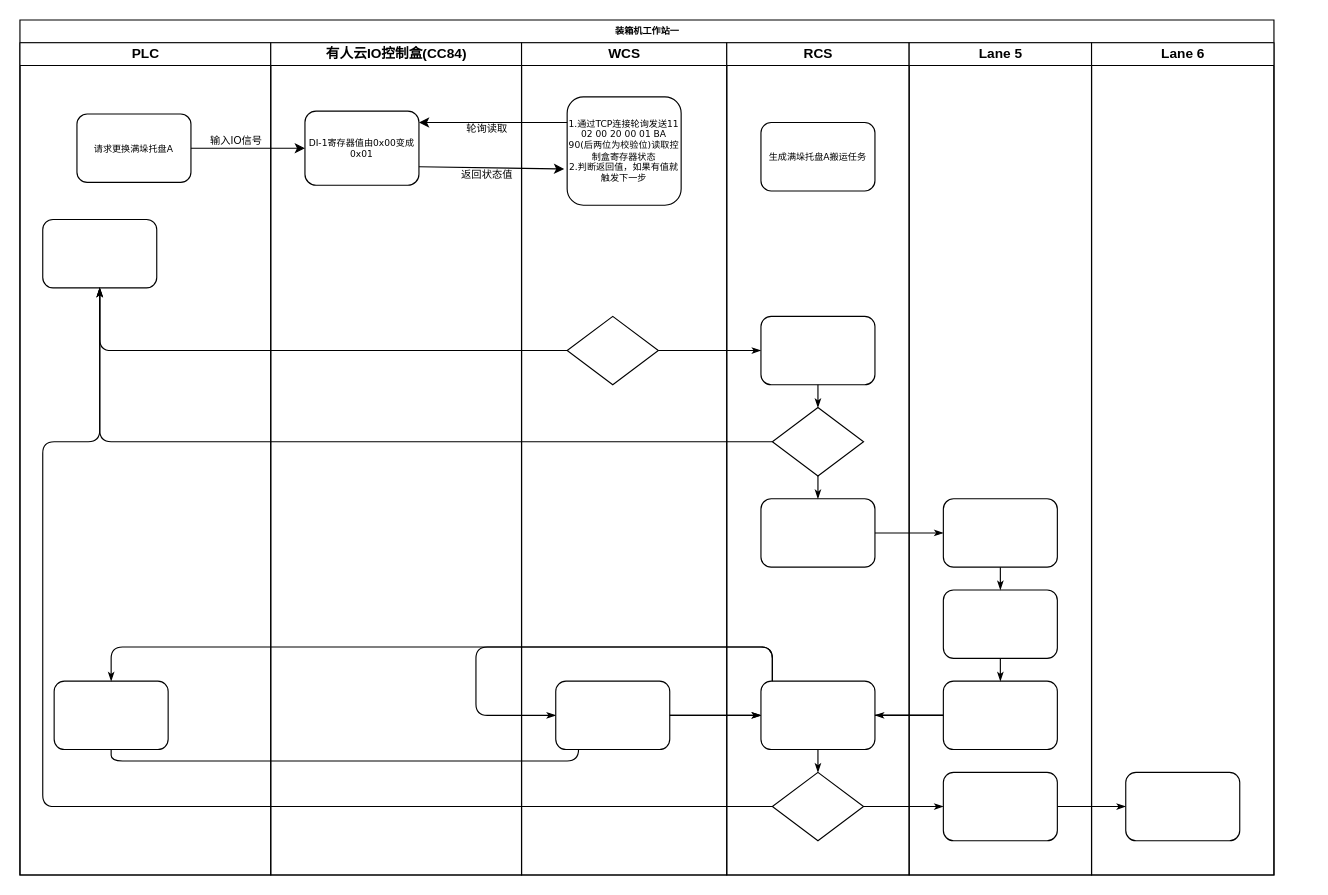
This is data/珠海联邦.drawio from chenyanxi/hosts, a draw.io file, before an edit. Source tidied: cells renumbered, new cells numbered last; positions are measured from the earlier drawing's top-left corner, leaving out a move shared by most shapes. Both pictures are drawn from the tidied source at 114%, with x=0, y=0 at pixel (19, 19).
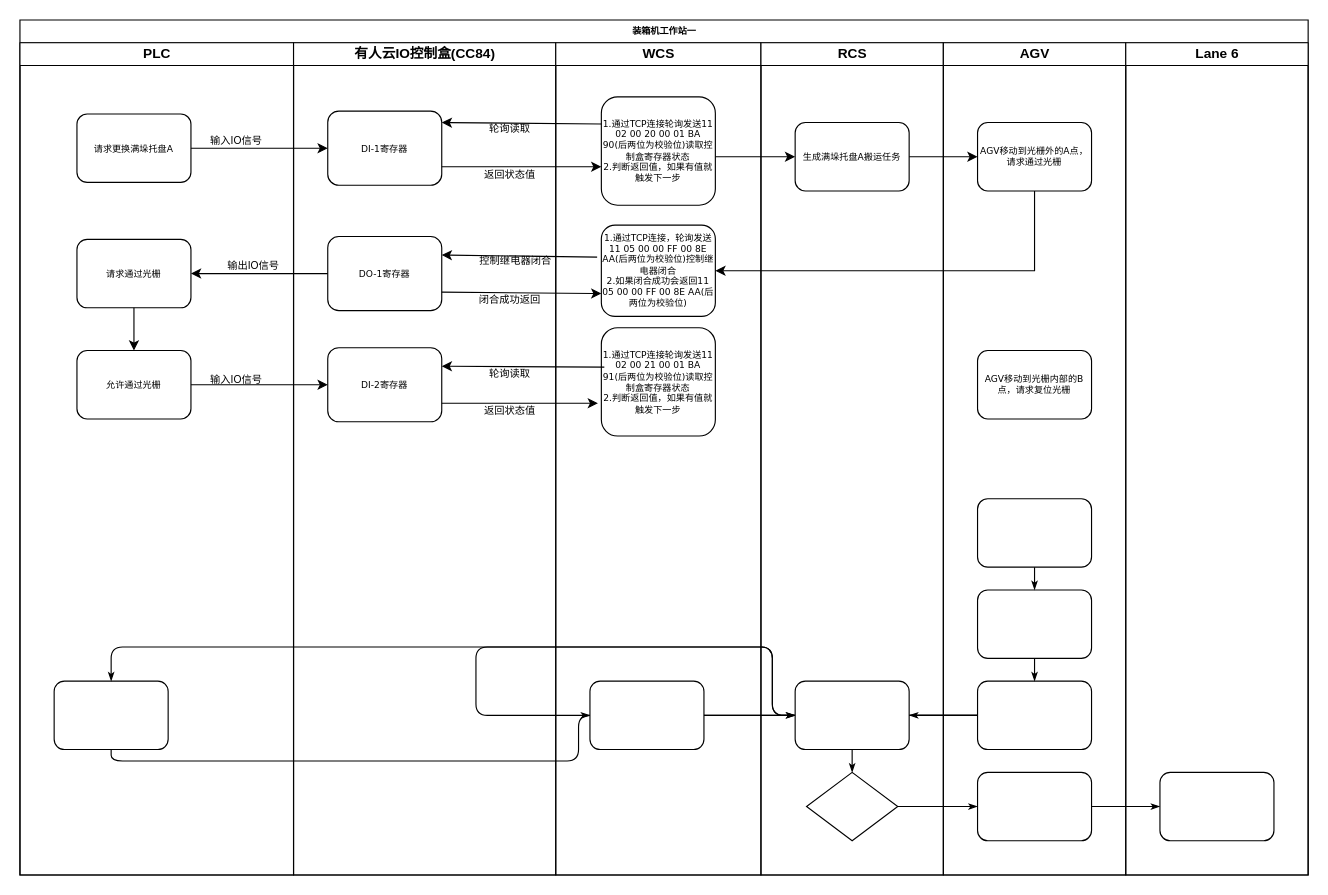
Above is the later version.

Commit message:
更新珠海联邦.drawio

The change refers to these unchanged cells:
```xml
<mxCell id="25" value="1.通过TCP连接轮询发送11 02 00 20 00 01 BA 90(后两位为校验位)读取控制盒寄存器状态&lt;br&gt;2.判断返回值，如果有值就触发下一步" style="rounded=1;whiteSpace=wrap;html=1;shadow=0;labelBackgroundColor=none;strokeWidth=1;fontFamily=Verdana;fontSize=8;align=center;" parent="24" vertex="1">
  <mxGeometry x="40" y="47.5" width="100" height="95" as="geometry" />
</mxCell>
<mxCell id="33" style="rhombus;whiteSpace=wrap;html=1;rounded=0;shadow=0;labelBackgroundColor=none;strokeWidth=1;fontFamily=Verdana;fontSize=8;align=center;" parent="28" vertex="1">
  <mxGeometry x="40" y="640" width="80" height="60" as="geometry" />
</mxCell>
<mxCell id="37" value="生成满垛托盘A搬运任务" style="rounded=1;whiteSpace=wrap;html=1;shadow=0;labelBackgroundColor=none;strokeWidth=1;fontFamily=Verdana;fontSize=8;align=center;" parent="28" vertex="1">
  <mxGeometry x="30" y="70" width="100" height="60" as="geometry" />
</mxCell>
<mxCell id="39" style="rounded=1;whiteSpace=wrap;html=1;shadow=0;labelBackgroundColor=none;strokeWidth=1;fontFamily=Verdana;fontSize=8;align=center;" parent="38" vertex="1">
  <mxGeometry x="30" y="400" width="100" height="60" as="geometry" />
</mxCell>
```

Change to the diagram source:
```diff
@@
     <mxCell id="2" value="装箱机工作站一" style="swimlane;html=1;startSize=20;rounded=0;shadow=0;labelBackgroundColor=none;strokeWidth=1;fontFamily=Verdana;fontSize=8;align=center;" parent="1" vertex="1">
-      <mxGeometry width="1100" height="750" as="geometry" />
+      <mxGeometry width="1130" height="750" as="geometry" />
     </mxCell>
     <mxCell id="3" value="PLC" style="swimlane;html=1;startSize=20;" parent="2" vertex="1">
-      <mxGeometry y="20" width="220" height="730" as="geometry" />
+      <mxGeometry y="20" width="240" height="730" as="geometry" />
     </mxCell>
@@
-    <mxCell id="5" style="rounded=1;whiteSpace=wrap;html=1;shadow=0;labelBackgroundColor=none;strokeWidth=1;fontFamily=Verdana;fontSize=8;align=center;" parent="3" vertex="1">
-      <mxGeometry x="20" y="155" width="100" height="60" as="geometry" />
-    </mxCell>
@@
-    <mxCell id="8" style="edgeStyle=orthogonalEdgeStyle;rounded=1;html=1;labelBackgroundColor=none;startArrow=none;startFill=0;startSize=5;endArrow=classicThin;endFill=1;endSize=5;jettySize=auto;strokeWidth=1;fontFamily=Verdana;fontSize=8;" parent="2" edge="1" source="26" target="5">
-      <mxGeometry relative="1" as="geometry" />
-    </mxCell>
-    <mxCell id="9" style="edgeStyle=orthogonalEdgeStyle;rounded=1;html=1;labelBackgroundColor=none;startArrow=none;startFill=0;startSize=5;endArrow=classicThin;endFill=1;endSize=5;jettySize=auto;strokeWidth=1;fontFamily=Verdana;fontSize=8;" parent="2" edge="1" source="30" target="5">
-      <mxGeometry relative="1" as="geometry" />
-    </mxCell>
-    <mxCell id="10" style="edgeStyle=orthogonalEdgeStyle;rounded=1;html=1;labelBackgroundColor=none;startArrow=none;startFill=0;startSize=5;endArrow=classicThin;endFill=1;endSize=5;jettySize=auto;strokeWidth=1;fontFamily=Verdana;fontSize=8;" parent="2" edge="1" source="33" target="5">
-      <mxGeometry relative="1" as="geometry">
-        <Array as="points">
-          <mxPoint x="20" y="690" />
-          <mxPoint x="20" y="370" />
-          <mxPoint x="70" y="370" />
-        </Array>
-      </mxGeometry>
-    </mxCell>
-    <mxCell id="11" style="edgeStyle=orthogonalEdgeStyle;rounded=1;html=1;labelBackgroundColor=none;startArrow=none;startFill=0;startSize=5;endArrow=classicThin;endFill=1;endSize=5;jettySize=auto;strokeWidth=1;fontFamily=Verdana;fontSize=8;" parent="2" edge="1" source="26" target="29">
-      <mxGeometry relative="1" as="geometry" />
-    </mxCell>
+    <mxCell id="50" value="请求通过光栅" style="rounded=1;whiteSpace=wrap;html=1;shadow=0;labelBackgroundColor=none;strokeWidth=1;fontFamily=Verdana;fontSize=8;align=center;" parent="3" vertex="1">
+      <mxGeometry x="50" y="172.5" width="100" height="60" as="geometry" />
+    </mxCell>
+    <mxCell id="51" value="&lt;font style=&quot;font-size: 9px;&quot;&gt;输出IO信号&lt;/font&gt;" style="text;html=1;strokeColor=none;fillColor=none;align=center;verticalAlign=middle;whiteSpace=wrap;rounded=0;" parent="3" vertex="1">
+      <mxGeometry x="170" y="180" width="70" height="30" as="geometry" />
+    </mxCell>
+    <mxCell id="52" value="允许通过光栅" style="rounded=1;whiteSpace=wrap;html=1;shadow=0;labelBackgroundColor=none;strokeWidth=1;fontFamily=Verdana;fontSize=8;align=center;" parent="3" vertex="1">
+      <mxGeometry x="50" y="270" width="100" height="60" as="geometry" />
+    </mxCell>
+    <mxCell id="53" style="endArrow=classic;html=1;rounded=0;exitX=0.5;exitY=1;exitDx=0;exitDy=0;" parent="3" edge="1" source="50" target="52">
+      <mxGeometry relative="1" as="geometry" />
+    </mxCell>
+    <mxCell id="54" value="&lt;font style=&quot;font-size: 9px;&quot;&gt;输入IO信号&lt;/font&gt;" style="text;html=1;strokeColor=none;fillColor=none;align=center;verticalAlign=middle;whiteSpace=wrap;rounded=0;" parent="3" vertex="1">
+      <mxGeometry x="160" y="280" width="60" height="30" as="geometry" />
+    </mxCell>
@@
-    <mxCell id="14" style="edgeStyle=orthogonalEdgeStyle;rounded=1;html=1;labelBackgroundColor=none;startArrow=none;startFill=0;startSize=5;endArrow=classicThin;endFill=1;endSize=5;jettySize=auto;strokeWidth=1;fontFamily=Verdana;fontSize=8;" parent="2" edge="1" source="31" target="39">
-      <mxGeometry relative="1" as="geometry" />
-    </mxCell>
@@
     <mxCell id="20" value="有人云IO控制盒(CC84)" style="swimlane;html=1;startSize=20;" parent="2" vertex="1">
-      <mxGeometry x="220" y="20" width="220" height="730" as="geometry" />
+      <mxGeometry x="240" y="20" width="230" height="730" as="geometry" />
     </mxCell>
-    <mxCell id="21" value="DI-1寄存器值由0x00变成0x01" style="rounded=1;whiteSpace=wrap;html=1;shadow=0;labelBackgroundColor=none;strokeWidth=1;fontFamily=Verdana;fontSize=8;align=center;" parent="20" vertex="1">
+    <mxCell id="21" value="DI-1寄存器" style="rounded=1;whiteSpace=wrap;html=1;shadow=0;labelBackgroundColor=none;strokeWidth=1;fontFamily=Verdana;fontSize=8;align=center;" parent="20" vertex="1">
       <mxGeometry x="30" y="60" width="100" height="65" as="geometry" />
     </mxCell>
@@
+    <mxCell id="55" value="DO-1寄存器" style="rounded=1;whiteSpace=wrap;html=1;shadow=0;labelBackgroundColor=none;strokeWidth=1;fontFamily=Verdana;fontSize=8;align=center;" parent="20" vertex="1">
+      <mxGeometry x="30" y="170" width="100" height="65" as="geometry" />
+    </mxCell>
+    <mxCell id="56" value="&lt;font style=&quot;font-size: 9px;&quot;&gt;控制继电器闭合&lt;/font&gt;" style="text;html=1;strokeColor=none;fillColor=none;align=center;verticalAlign=middle;whiteSpace=wrap;rounded=0;" parent="20" vertex="1">
+      <mxGeometry x="160" y="176" width="70" height="30" as="geometry" />
+    </mxCell>
+    <mxCell id="57" value="&lt;font style=&quot;font-size: 9px;&quot;&gt;闭合成功返回&lt;/font&gt;" style="text;html=1;strokeColor=none;fillColor=none;align=center;verticalAlign=middle;whiteSpace=wrap;rounded=0;" parent="20" vertex="1">
+      <mxGeometry x="155" y="210" width="70" height="30" as="geometry" />
+    </mxCell>
+    <mxCell id="58" value="DI-2寄存器" style="rounded=1;whiteSpace=wrap;html=1;shadow=0;labelBackgroundColor=none;strokeWidth=1;fontFamily=Verdana;fontSize=8;align=center;" parent="20" vertex="1">
+      <mxGeometry x="30" y="267.5" width="100" height="65" as="geometry" />
+    </mxCell>
+    <mxCell id="59" value="&lt;font style=&quot;font-size: 9px;&quot;&gt;轮询读取&lt;/font&gt;" style="text;html=1;strokeColor=none;fillColor=none;align=center;verticalAlign=middle;whiteSpace=wrap;rounded=0;" parent="20" vertex="1">
+      <mxGeometry x="160" y="275" width="60" height="30" as="geometry" />
+    </mxCell>
+    <mxCell id="60" value="&lt;font style=&quot;font-size: 9px;&quot;&gt;返回状态值&lt;/font&gt;" style="text;html=1;strokeColor=none;fillColor=none;align=center;verticalAlign=middle;whiteSpace=wrap;rounded=0;" parent="20" vertex="1">
+      <mxGeometry x="160" y="307" width="60" height="30" as="geometry" />
+    </mxCell>
     <mxCell id="24" value="WCS" style="swimlane;html=1;startSize=20;" parent="2" vertex="1">
-      <mxGeometry x="440" y="20" width="180" height="730" as="geometry" />
+      <mxGeometry x="470" y="20" width="180" height="730" as="geometry" />
     </mxCell>
@@
-    <mxCell id="26" style="rhombus;whiteSpace=wrap;html=1;rounded=0;shadow=0;labelBackgroundColor=none;strokeWidth=1;fontFamily=Verdana;fontSize=8;align=center;" parent="24" vertex="1">
-      <mxGeometry x="40" y="240" width="80" height="60" as="geometry" />
-    </mxCell>
@@
+    <mxCell id="61" style="endArrow=classic;html=1;rounded=0;entryX=0;entryY=0.5;entryDx=0;entryDy=0;" parent="24" edge="1" target="37">
+      <mxGeometry relative="1" as="geometry">
+        <mxPoint x="140" y="100" as="sourcePoint" />
+      </mxGeometry>
+    </mxCell>
+    <mxCell id="5" value="1.通过TCP连接，轮询发送11 05 00 00 FF 00 8E AA(后两位为校验位)控制继电器闭合&lt;br&gt;2.如果闭合成功会返回11 05 00 00 FF 00 8E AA(后两位为校验位)" style="rounded=1;whiteSpace=wrap;html=1;shadow=0;labelBackgroundColor=none;strokeWidth=1;fontFamily=Verdana;fontSize=8;align=center;" parent="24" vertex="1">
+      <mxGeometry x="40" y="160" width="100" height="80" as="geometry" />
+    </mxCell>
+    <mxCell id="62" value="1.通过TCP连接轮询发送11 02 00 21 00 01 BA 91(后两位为校验位)读取控制盒寄存器状态&lt;br&gt;2.判断返回值，如果有值就触发下一步" style="rounded=1;whiteSpace=wrap;html=1;shadow=0;labelBackgroundColor=none;strokeWidth=1;fontFamily=Verdana;fontSize=8;align=center;" parent="24" vertex="1">
+      <mxGeometry x="40" y="250" width="100" height="95" as="geometry" />
+    </mxCell>
     <mxCell id="28" value="RCS" style="swimlane;html=1;startSize=20;" parent="2" vertex="1">
-      <mxGeometry x="620" y="20" width="160" height="730" as="geometry" />
+      <mxGeometry x="650" y="20" width="160" height="730" as="geometry" />
     </mxCell>
-    <mxCell id="29" style="rounded=1;whiteSpace=wrap;html=1;shadow=0;labelBackgroundColor=none;strokeWidth=1;fontFamily=Verdana;fontSize=8;align=center;" parent="28" vertex="1">
-      <mxGeometry x="30" y="240" width="100" height="60" as="geometry" />
-    </mxCell>
-    <mxCell id="30" style="rhombus;whiteSpace=wrap;html=1;rounded=0;shadow=0;labelBackgroundColor=none;strokeWidth=1;fontFamily=Verdana;fontSize=8;align=center;" parent="28" vertex="1">
-      <mxGeometry x="40" y="320" width="80" height="60" as="geometry" />
-    </mxCell>
-    <mxCell id="31" style="rounded=1;whiteSpace=wrap;html=1;shadow=0;labelBackgroundColor=none;strokeWidth=1;fontFamily=Verdana;fontSize=8;align=center;" parent="28" vertex="1">
-      <mxGeometry x="30" y="400" width="100" height="60" as="geometry" />
-    </mxCell>
@@
-    <mxCell id="34" style="edgeStyle=orthogonalEdgeStyle;rounded=1;html=1;labelBackgroundColor=none;startArrow=none;startFill=0;startSize=5;endArrow=classicThin;endFill=1;endSize=5;jettySize=auto;strokeColor=#000000;strokeWidth=1;fontFamily=Verdana;fontSize=8;fontColor=#000000;" parent="28" edge="1" source="29" target="30">
-      <mxGeometry relative="1" as="geometry" />
-    </mxCell>
-    <mxCell id="35" style="edgeStyle=orthogonalEdgeStyle;rounded=1;html=1;labelBackgroundColor=none;startArrow=none;startFill=0;startSize=5;endArrow=classicThin;endFill=1;endSize=5;jettySize=auto;strokeWidth=1;fontFamily=Verdana;fontSize=8;" parent="28" edge="1" source="30" target="31">
-      <mxGeometry relative="1" as="geometry" />
-    </mxCell>
@@
+    <mxCell id="63" style="endArrow=classic;html=1;rounded=0;entryX=0;entryY=0.5;entryDx=0;entryDy=0;" parent="28" edge="1" target="29">
+      <mxGeometry relative="1" as="geometry">
+        <mxPoint x="130" y="100" as="sourcePoint" />
+      </mxGeometry>
+    </mxCell>
-    <mxCell id="38" value="Lane 5" style="swimlane;html=1;startSize=20;" parent="2" vertex="1">
-      <mxGeometry x="780" y="20" width="160" height="730" as="geometry" />
+    <mxCell id="38" value="AGV" style="swimlane;html=1;startSize=20;" parent="2" vertex="1">
+      <mxGeometry x="810" y="20" width="160" height="730" as="geometry" />
     </mxCell>
@@
+    <mxCell id="29" value="AGV移动到光栅外的A点，请求通过光栅" style="rounded=1;whiteSpace=wrap;html=1;shadow=0;labelBackgroundColor=none;strokeWidth=1;fontFamily=Verdana;fontSize=8;align=center;" parent="38" vertex="1">
+      <mxGeometry x="30" y="70" width="100" height="60" as="geometry" />
+    </mxCell>
+    <mxCell id="64" value="AGV移动到光栅内部的B点，请求复位光栅" style="rounded=1;whiteSpace=wrap;html=1;shadow=0;labelBackgroundColor=none;strokeWidth=1;fontFamily=Verdana;fontSize=8;align=center;" parent="38" vertex="1">
+      <mxGeometry x="30" y="270" width="100" height="60" as="geometry" />
+    </mxCell>
     <mxCell id="45" value="Lane 6" style="swimlane;html=1;startSize=20;" parent="2" vertex="1">
-      <mxGeometry x="940" y="20" width="160" height="730" as="geometry" />
+      <mxGeometry x="970" y="20" width="160" height="730" as="geometry" />
     </mxCell>
@@
-    <mxCell id="47" style="endArrow=classic;html=1;rounded=0;" parent="2" edge="1">
+    <mxCell id="47" style="endArrow=classic;html=1;rounded=0;exitX=0;exitY=0.25;exitDx=0;exitDy=0;" parent="2" edge="1" source="25">
       <mxGeometry relative="1" as="geometry">
-        <mxPoint x="480" y="90" as="sourcePoint" />
-        <mxPoint x="350" y="90" as="targetPoint" />
+        <mxPoint x="370" y="90" as="targetPoint" />
       </mxGeometry>
     </mxCell>
-    <mxCell id="48" style="endArrow=classic;html=1;rounded=0;entryX=-0.026;entryY=0.666;entryDx=0;entryDy=0;exitX=1;exitY=0.75;exitDx=0;exitDy=0;entryPerimeter=0;" parent="2" edge="1" source="21" target="25">
+    <mxCell id="48" style="endArrow=classic;html=1;rounded=0;entryX=0;entryY=0.645;entryDx=0;entryDy=0;exitX=1;exitY=0.75;exitDx=0;exitDy=0;entryPerimeter=0;" parent="2" edge="1" source="21" target="25">
       <mxGeometry relative="1" as="geometry" />
     </mxCell>
@@
+    <mxCell id="65" style="endArrow=classic;html=1;rounded=0;exitX=0.5;exitY=1;exitDx=0;exitDy=0;entryX=1;entryY=0.5;entryDx=0;entryDy=0;" parent="2" edge="1" source="29" target="5">
+      <mxGeometry relative="1" as="geometry">
+        <Array as="points">
+          <mxPoint x="890" y="220" />
+        </Array>
+      </mxGeometry>
+    </mxCell>
+    <mxCell id="66" style="endArrow=classic;html=1;rounded=0;exitX=-0.037;exitY=0.35;exitDx=0;exitDy=0;entryX=1;entryY=0.25;entryDx=0;entryDy=0;exitPerimeter=0;" parent="2" edge="1" source="5" target="55">
+      <mxGeometry relative="1" as="geometry" />
+    </mxCell>
+    <mxCell id="67" style="endArrow=classic;html=1;rounded=0;exitX=1;exitY=0.75;exitDx=0;exitDy=0;entryX=0;entryY=0.75;entryDx=0;entryDy=0;" parent="2" edge="1" source="55" target="5">
+      <mxGeometry relative="1" as="geometry" />
+    </mxCell>
+    <mxCell id="68" style="endArrow=classic;html=1;rounded=0;exitX=0;exitY=0.5;exitDx=0;exitDy=0;entryX=1;entryY=0.5;entryDx=0;entryDy=0;" parent="2" edge="1" source="55" target="50">
+      <mxGeometry relative="1" as="geometry" />
+    </mxCell>
+    <mxCell id="69" style="endArrow=classic;html=1;rounded=0;exitX=1;exitY=0.5;exitDx=0;exitDy=0;entryX=0;entryY=0.5;entryDx=0;entryDy=0;" parent="2" edge="1" source="52" target="58">
+      <mxGeometry relative="1" as="geometry" />
+    </mxCell>
+    <mxCell id="70" style="endArrow=classic;html=1;rounded=0;exitX=0.026;exitY=0.363;exitDx=0;exitDy=0;entryX=1;entryY=0.25;entryDx=0;entryDy=0;exitPerimeter=0;" parent="2" edge="1" source="62" target="58">
+      <mxGeometry relative="1" as="geometry" />
+    </mxCell>
+    <mxCell id="71" style="endArrow=classic;html=1;rounded=0;exitX=1;exitY=0.75;exitDx=0;exitDy=0;entryX=-0.03;entryY=0.697;entryDx=0;entryDy=0;entryPerimeter=0;" parent="2" edge="1" source="58" target="62">
+      <mxGeometry relative="1" as="geometry" />
+    </mxCell>
```
